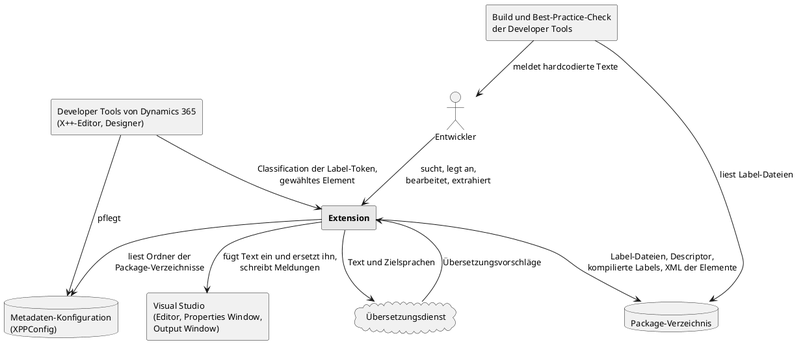
Before: documentation/diagrams/Kontextdiagramm.png, a diagram exported from PlantUML (Adyrem/diploma-label-localization). The source it was exported from:
```plantuml
@startuml

skinparam defaultFontSize 13
skinparam shadowing false

actor "Entwickler" as DEV
rectangle "**Extension**" as EXT #E8E8E8
rectangle "Visual Studio\n(Editor, Properties Window,\nOutput Window)" as VS
rectangle "Developer Tools von Dynamics 365\n(X++-Editor, Designer)" as D365
rectangle "Build und Best-Practice-Check\nder Developer Tools" as BUILD
database "Package-Verzeichnis" as PKG
database "Metadaten-Konfiguration\n(XPPConfig)" as CFG
cloud "Übersetzungsdienst" as SVC

DEV --> EXT : sucht, legt an,\nbearbeitet, extrahiert
EXT --> VS : fügt Text ein und ersetzt ihn,\nschreibt Meldungen
D365 --> EXT : Classification der Label-Token,\ngewähltes Element
EXT --> PKG : Label-Dateien, Descriptor,\nkompilierte Labels, XML der Elemente
EXT --> CFG : liest Ordner der\nPackage-Verzeichnisse
D365 --> CFG : pflegt
EXT --> SVC : Text und Zielsprachen
SVC --> EXT : Übersetzungsvorschläge
BUILD --> PKG : liest Label-Dateien
BUILD --> DEV : meldet hardcodierte Texte
@enduml
```
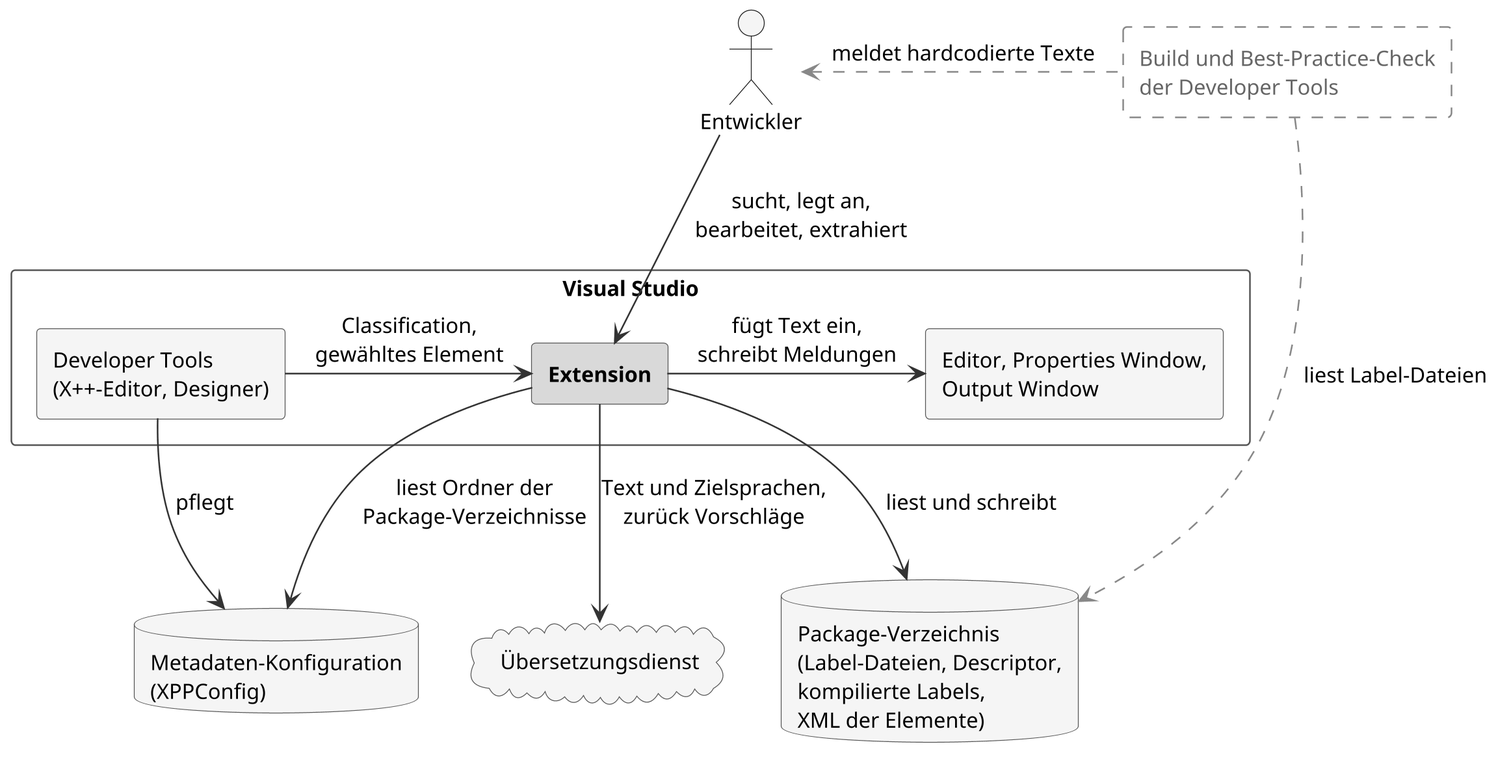
Above is the later version.

What changed in the source:
```diff
@@ -1,25 +1,46 @@
 @startuml
+skinparam dpi 240
 
 skinparam defaultFontSize 13
 skinparam shadowing false
+skinparam ArrowColor #333333
+skinparam rectangle {
+  BackgroundColor #F5F5F5
+  BorderColor #555555
+}
+skinparam database {
+  BackgroundColor #F5F5F5
+  BorderColor #555555
+}
+skinparam cloud {
+  BackgroundColor #F5F5F5
+  BorderColor #555555
+}
 
 actor "Entwickler" as DEV
-rectangle "**Extension**" as EXT #E8E8E8
-rectangle "Visual Studio\n(Editor, Properties Window,\nOutput Window)" as VS
-rectangle "Developer Tools von Dynamics 365\n(X++-Editor, Designer)" as D365
-rectangle "Build und Best-Practice-Check\nder Developer Tools" as BUILD
-database "Package-Verzeichnis" as PKG
+rectangle "Build und Best-Practice-Check\nder Developer Tools" as BUILD #FFFFFF;line:888888;line.dashed;text:666666
+
+rectangle "Visual Studio" as VSF #FFFFFF {
+  rectangle "Developer Tools\n(X++-Editor, Designer)" as DT
+  rectangle "**Extension**" as EXT #D9D9D9
+  rectangle "Editor, Properties Window,\nOutput Window" as VS
+}
+
 database "Metadaten-Konfiguration\n(XPPConfig)" as CFG
 cloud "Übersetzungsdienst" as SVC
+database "Package-Verzeichnis\n(Label-Dateien, Descriptor,\nkompilierte Labels,\nXML der Elemente)" as PKG
+
+DEV -[hidden]right- BUILD
+CFG -[hidden]right- SVC
+SVC -[hidden]right- PKG
 
 DEV --> EXT : sucht, legt an,\nbearbeitet, extrahiert
-EXT --> VS : fügt Text ein und ersetzt ihn,\nschreibt Meldungen
-D365 --> EXT : Classification der Label-Token,\ngewähltes Element
-EXT --> PKG : Label-Dateien, Descriptor,\nkompilierte Labels, XML der Elemente
+DT -right-> EXT : Classification,\ngewähltes Element
+EXT -right-> VS : fügt Text ein,\nschreibt Meldungen
+DT --> CFG : pflegt
 EXT --> CFG : liest Ordner der\nPackage-Verzeichnisse
-D365 --> CFG : pflegt
-EXT --> SVC : Text und Zielsprachen
-SVC --> EXT : Übersetzungsvorschläge
-BUILD --> PKG : liest Label-Dateien
-BUILD --> DEV : meldet hardcodierte Texte
+EXT --> SVC : Text und Zielsprachen,\nzurück Vorschläge
+EXT --> PKG : liest und schreibt
+BUILD ..> PKG #888888 : liest Label-Dateien
+BUILD .left.> DEV #888888 : meldet hardcodierte Texte
 @enduml
```
